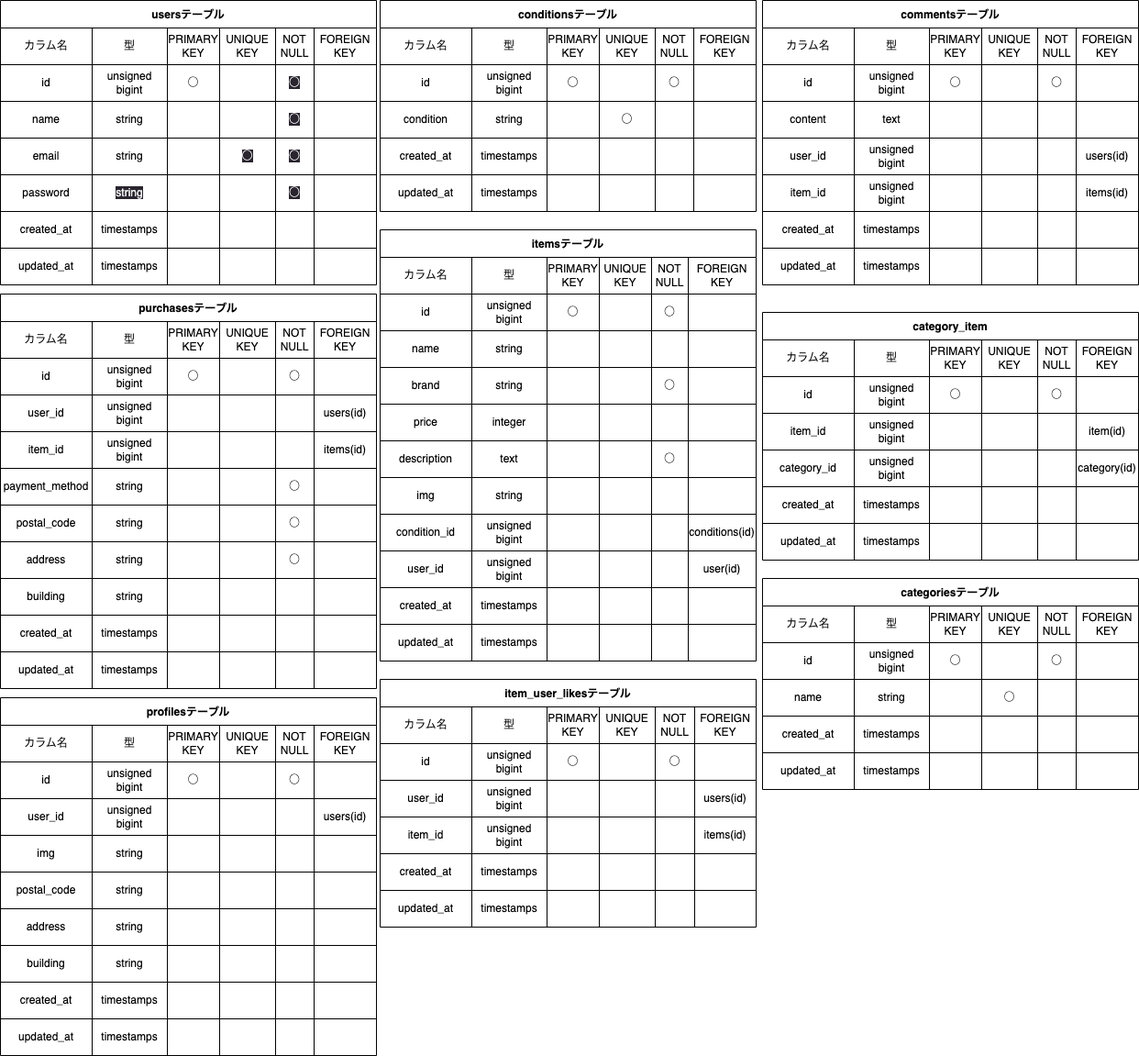
youhonami/furima keeps this draw.io diagram as table.drawio.png. Above is the earlier version. Source tidied: cells renumbered, new cells last; positions are measured from the earlier drawing's top-left corner, leaving out a move shared by most shapes.
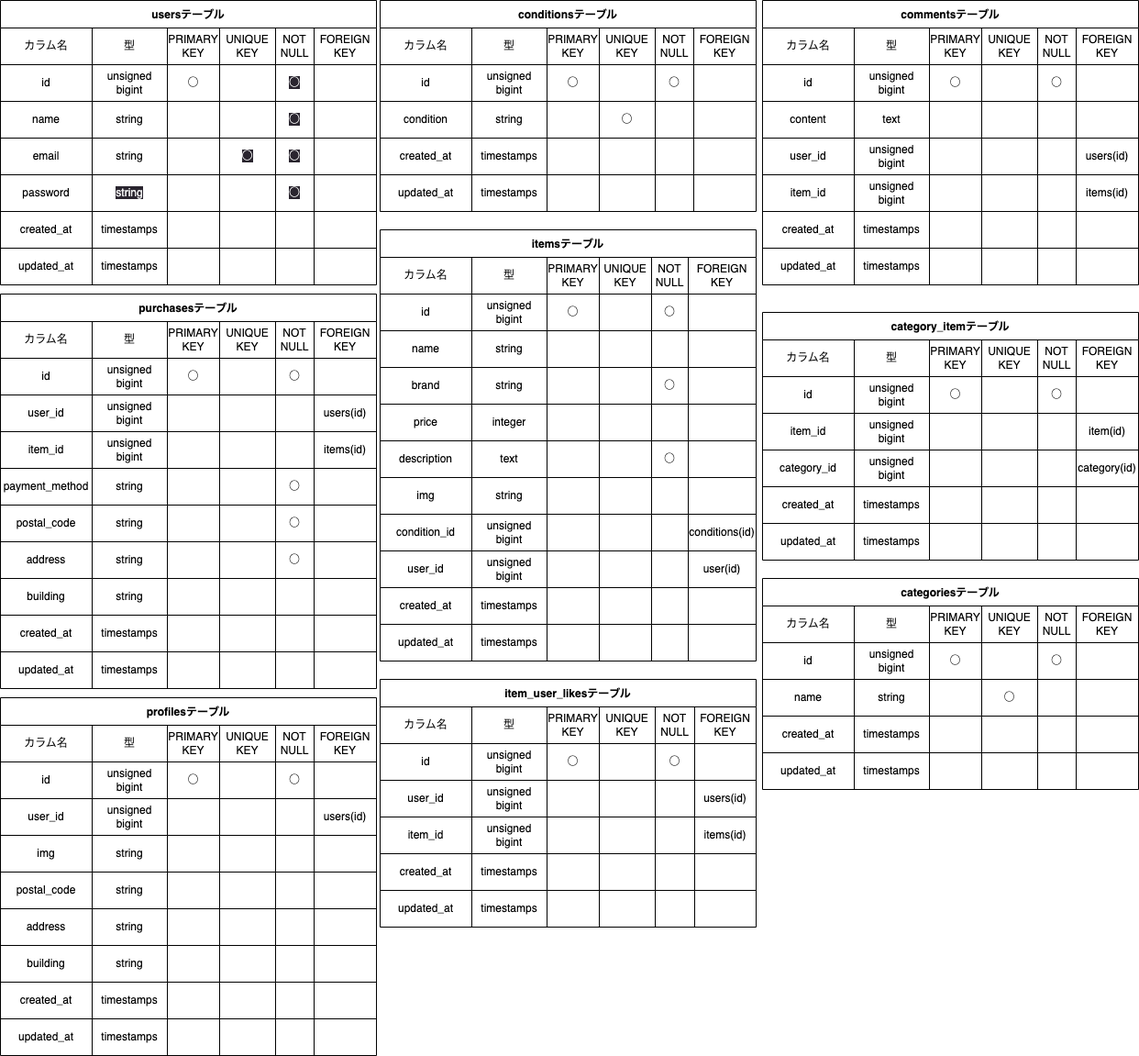
After the change.

What changed in the source:
```diff
@@ -1286,7 +1286,7 @@
     <mxCell id="429" style="shape=partialRectangle;html=1;whiteSpace=wrap;fillColor=none;top=0;left=0;bottom=0;right=0;overflow=hidden;" parent="423" vertex="1">
       <mxGeometry x="342" width="68" height="40" as="geometry" />
     </mxCell>
-    <mxCell id="430" value="category_item" style="shape=table;startSize=30;fontStyle=1;align=center;" parent="1" vertex="1">
+    <mxCell id="430" value="category_itemテーブル" style="shape=table;startSize=30;fontStyle=1;align=center;" parent="1" vertex="1">
       <mxGeometry x="831" y="340" width="410" height="270" as="geometry" />
     </mxCell>
     <mxCell id="431" style="shape=tableRow;horizontal=0;startSize=0;swimlaneHead=0;swimlaneBody=0;top=0;left=0;bottom=0;right=0;fillColor=none;" parent="430" vertex="1">
```
